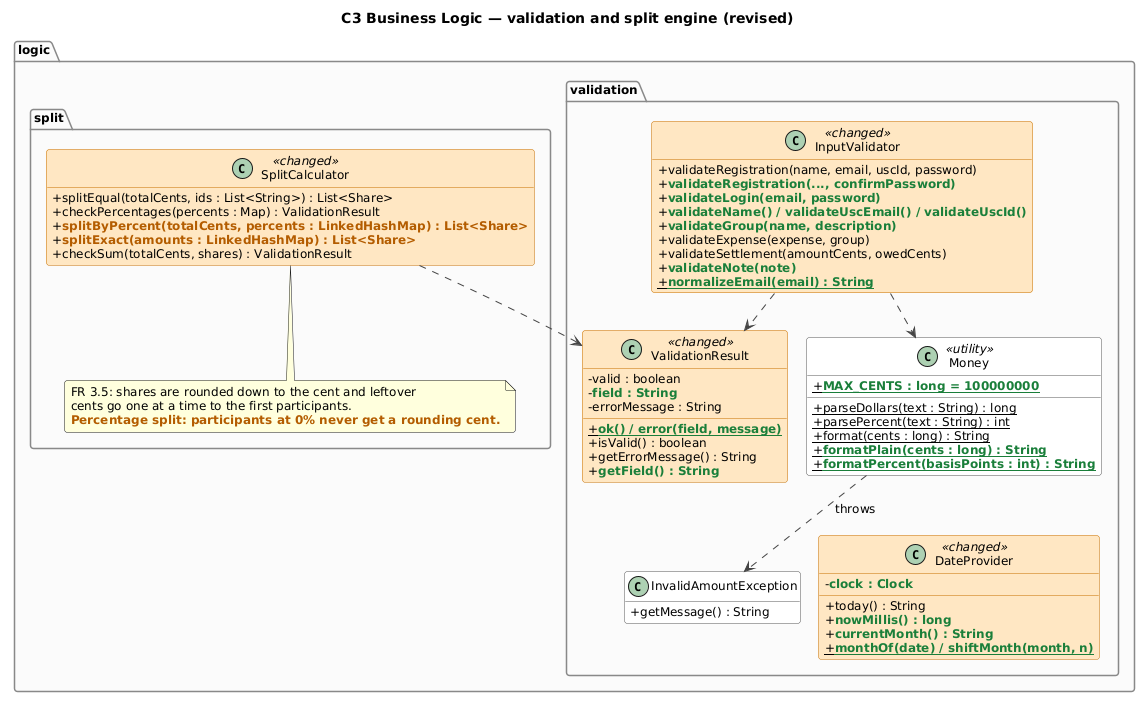
This is docs/diagrams/class-c3-validation.png from AuxDevarapalli/CSCI310-Project, a PlantUML export, as it was before one commit.
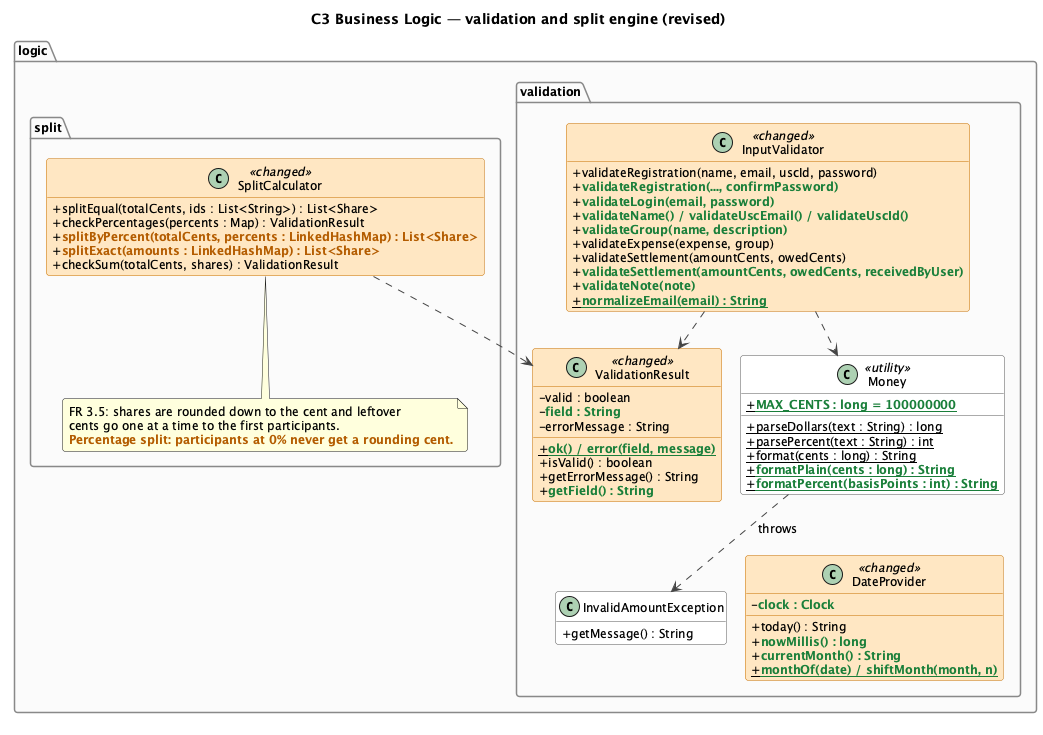
Above is the later version.

Change to the diagram source:
```diff
@@ -25,6 +25,7 @@
     +NEW(validateGroup(name, description))
     +validateExpense(expense, group)
     +validateSettlement(amountCents, owedCents)
+    +NEW(validateSettlement(amountCents, owedCents, receivedByUser))
     +NEW(validateNote(note))
     +{static} NEW(normalizeEmail(email) : String)
   }
```
